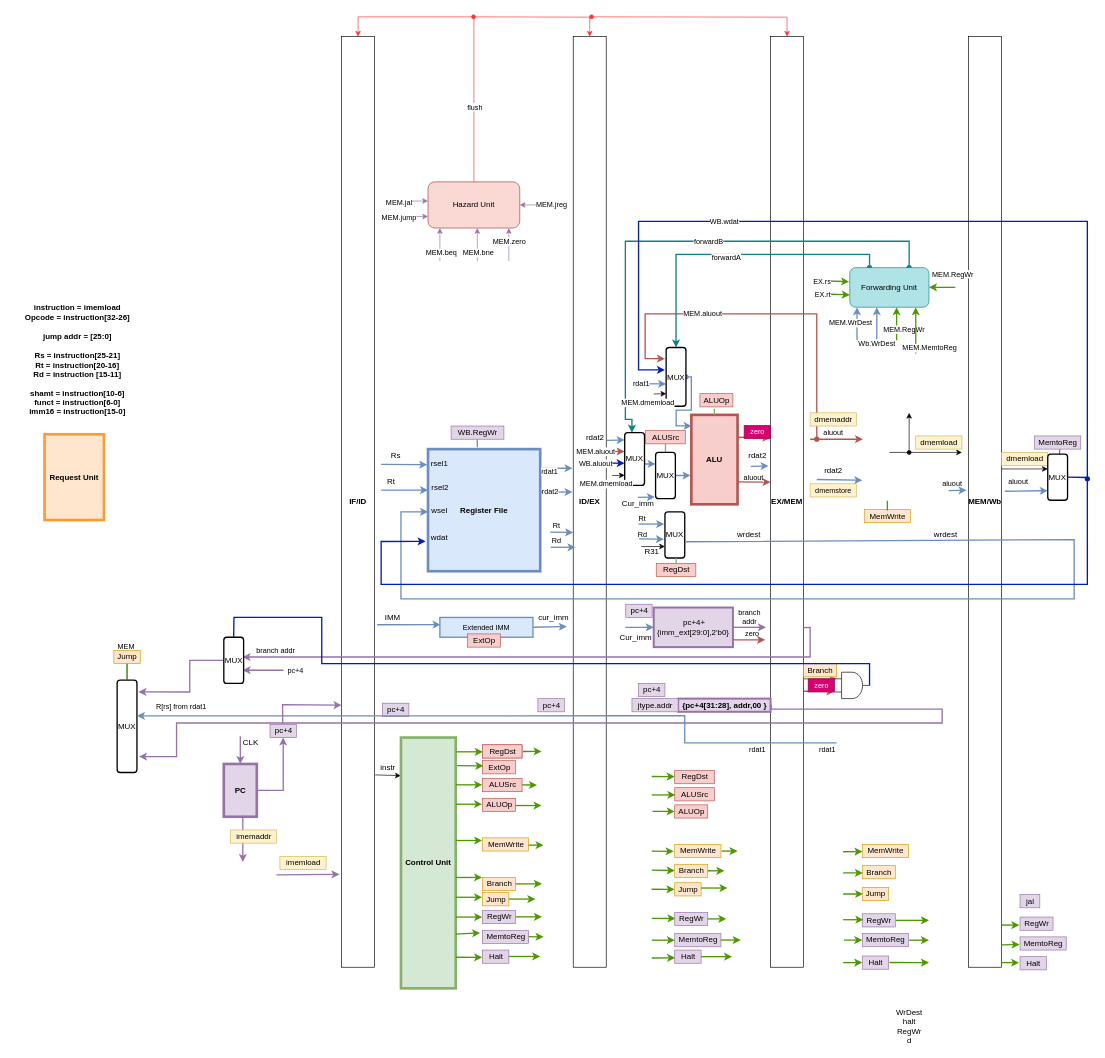
The draw.io diagram pipeline.drawio in vickyfyq/ece437, before the edit. Source tidied: cells renumbered, new cells numbered last; positions are measured from the earlier drawing's top-left corner, leaving out a move shared by most shapes. Both pictures are drawn from the tidied source at 66%, with x=0, y=0 at pixel (11, 16).
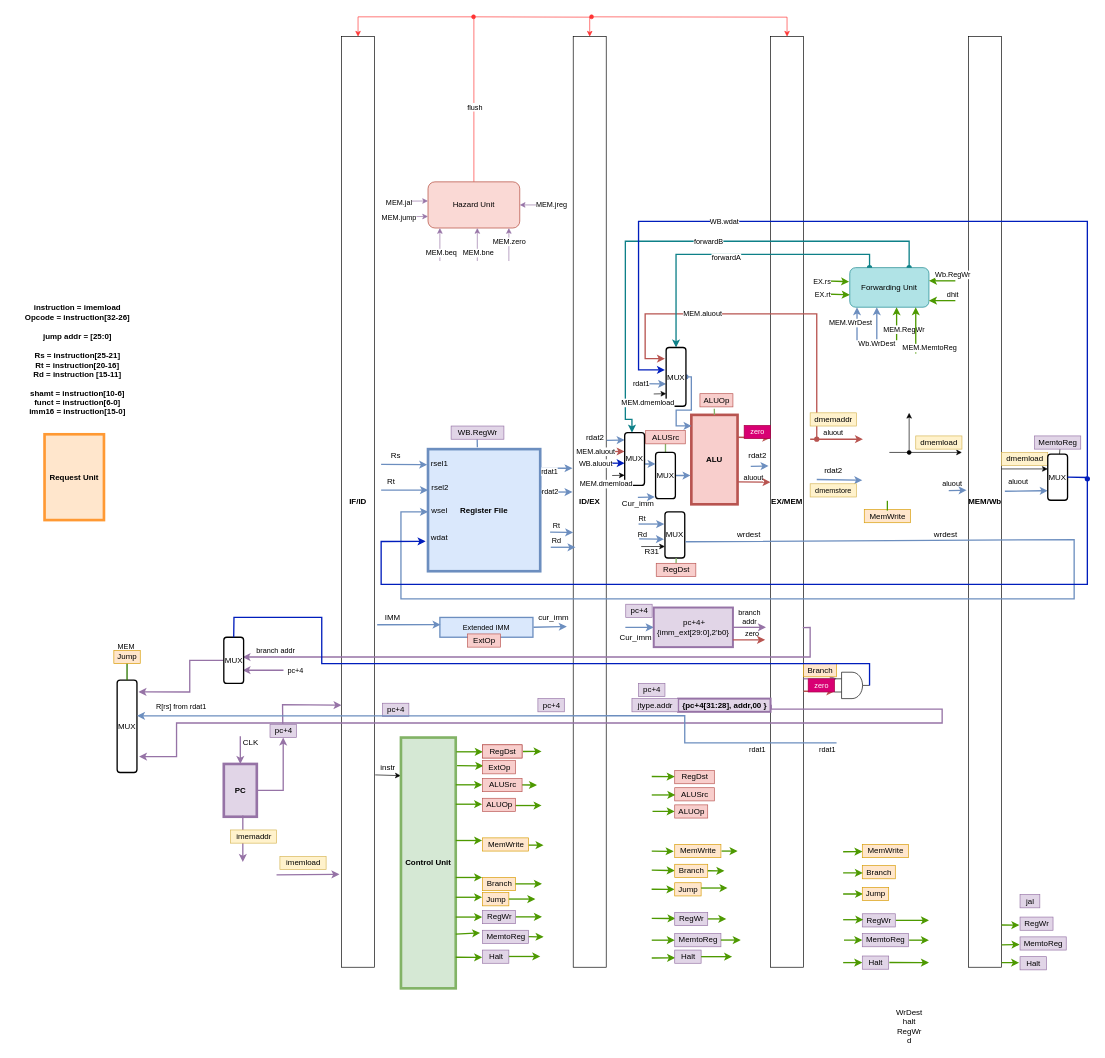
The same diagram, later.

The edit, as a diff of the source:
```diff
@@
     <mxCell id="229" style="endArrow=classic;html=1;rounded=0;strokeColor=#4D9900;strokeWidth=2;entryX=0.75;entryY=1;entryDx=0;entryDy=0;" parent="1" edge="1">
       <mxGeometry relative="1" as="geometry">
-        <mxPoint x="1430" y="409.9" as="sourcePoint" />
-        <mxPoint x="1390" y="409.9" as="targetPoint" />
+        <mxPoint x="1430" y="400" as="sourcePoint" />
+        <mxPoint x="1390" y="400" as="targetPoint" />
       </mxGeometry>
     </mxCell>
-    <mxCell id="230" value="MEM.RegWr" style="edgeLabel;html=1;align=center;verticalAlign=middle;" parent="229" vertex="1">
+    <mxCell id="230" value="Wb.RegWr" style="edgeLabel;html=1;align=center;verticalAlign=middle;" parent="229" vertex="1">
       <mxGeometry x="-0.47" relative="1" as="geometry">
-        <mxPoint x="6" y="-20" as="offset" />
+        <mxPoint x="6" y="-10" as="offset" />
       </mxGeometry>
     </mxCell>
@@
+    <mxCell id="261" style="endArrow=classic;html=1;rounded=0;strokeColor=#4D9900;strokeWidth=2;entryX=0.75;entryY=1;entryDx=0;entryDy=0;" parent="1" edge="1">
+      <mxGeometry relative="1" as="geometry">
+        <mxPoint x="1430" y="430" as="sourcePoint" />
+        <mxPoint x="1390" y="430" as="targetPoint" />
+      </mxGeometry>
+    </mxCell>
+    <mxCell id="262" value="dhit" style="edgeLabel;html=1;align=center;verticalAlign=middle;" parent="261" vertex="1">
+      <mxGeometry x="-0.47" relative="1" as="geometry">
+        <mxPoint x="6" y="-10" as="offset" />
+      </mxGeometry>
+    </mxCell>
```
